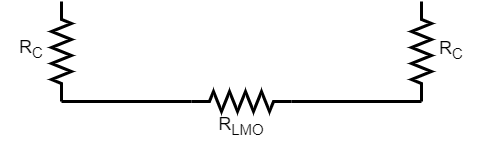
Earlier version of the draw.io export Circuit.drawio.png (ridcil/Code). Source tidied: cells renumbered, new cells last; positions are measured from the earlier drawing's top-left corner, leaving out a move shared by most shapes. Source of this version:
```xml
<mxGraphModel>
  <root>
    <mxCell id="0" />
    <mxCell id="1" parent="0" />
    <mxCell id="2" style="verticalLabelPosition=bottom;shadow=0;dashed=0;align=center;html=1;verticalAlign=top;shape=mxgraph.electrical.resistors.resistor_2;rotation=-90;strokeWidth=3;" parent="1" vertex="1">
      <mxGeometry x="10" y="7" width="100" height="20" as="geometry" />
    </mxCell>
    <mxCell id="3" style="verticalLabelPosition=bottom;shadow=0;dashed=0;align=center;html=1;verticalAlign=top;shape=mxgraph.electrical.resistors.resistor_2;rotation=-90;strokeWidth=3;" parent="1" vertex="1">
      <mxGeometry x="370" y="7" width="100" height="20" as="geometry" />
    </mxCell>
    <mxCell id="4" style="verticalLabelPosition=bottom;shadow=0;dashed=0;align=center;html=1;verticalAlign=top;shape=mxgraph.electrical.resistors.resistor_2;rotation=0;strokeWidth=3;" parent="1" vertex="1">
      <mxGeometry x="190" y="57" width="100" height="20" as="geometry" />
    </mxCell>
    <mxCell id="5" style="endArrow=none;html=1;rounded=0;exitX=1;exitY=0.5;exitDx=0;exitDy=0;exitPerimeter=0;strokeWidth=3;" parent="1" edge="1" source="4">
      <mxGeometry relative="1" as="geometry">
        <mxPoint x="420" y="67" as="targetPoint" />
      </mxGeometry>
    </mxCell>
    <mxCell id="6" style="endArrow=none;html=1;rounded=0;strokeWidth=3;" parent="1" edge="1">
      <mxGeometry relative="1" as="geometry">
        <mxPoint x="60" y="67" as="sourcePoint" />
        <mxPoint x="190" y="67" as="targetPoint" />
      </mxGeometry>
    </mxCell>
    <mxCell id="7" value="&lt;font style=&quot;font-size: 18px;&quot;&gt;R&lt;sub&gt;C&lt;/sub&gt;&lt;/font&gt;" style="text;html=1;strokeColor=none;fillColor=none;align=center;verticalAlign=middle;whiteSpace=wrap;rounded=0;strokeWidth=3;" parent="1" vertex="1">
      <mxGeometry width="60" height="30" as="geometry" />
    </mxCell>
    <mxCell id="8" value="&lt;font style=&quot;font-size: 18px;&quot;&gt;R&lt;sub&gt;C&lt;/sub&gt;&lt;/font&gt;" style="text;html=1;strokeColor=none;fillColor=none;align=center;verticalAlign=middle;whiteSpace=wrap;rounded=0;strokeWidth=3;" parent="1" vertex="1">
      <mxGeometry x="420" y="1" width="60" height="30" as="geometry" />
    </mxCell>
    <mxCell id="9" value="&lt;font style=&quot;font-size: 18px;&quot;&gt;R&lt;sub&gt;LMO&lt;/sub&gt;&lt;/font&gt;" style="text;html=1;strokeColor=none;fillColor=none;align=center;verticalAlign=middle;whiteSpace=wrap;rounded=0;strokeWidth=3;" parent="1" vertex="1">
      <mxGeometry x="210" y="77" width="60" height="30" as="geometry" />
    </mxCell>
  </root>
</mxGraphModel>
```
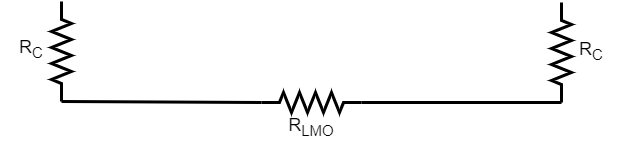
The same file after the commit.

Diff of the diagram source:
```diff
@@ -3,33 +3,32 @@
     <mxCell id="0" />
     <mxCell id="1" parent="0" />
     <mxCell id="2" style="verticalLabelPosition=bottom;shadow=0;dashed=0;align=center;html=1;verticalAlign=top;shape=mxgraph.electrical.resistors.resistor_2;rotation=-90;strokeWidth=3;" parent="1" vertex="1">
-      <mxGeometry x="10" y="7" width="100" height="20" as="geometry" />
+      <mxGeometry x="-50" y="6" width="100" height="20" as="geometry" />
     </mxCell>
     <mxCell id="3" style="verticalLabelPosition=bottom;shadow=0;dashed=0;align=center;html=1;verticalAlign=top;shape=mxgraph.electrical.resistors.resistor_2;rotation=-90;strokeWidth=3;" parent="1" vertex="1">
-      <mxGeometry x="370" y="7" width="100" height="20" as="geometry" />
+      <mxGeometry x="450" y="7" width="100" height="20" as="geometry" />
     </mxCell>
     <mxCell id="4" style="verticalLabelPosition=bottom;shadow=0;dashed=0;align=center;html=1;verticalAlign=top;shape=mxgraph.electrical.resistors.resistor_2;rotation=0;strokeWidth=3;" parent="1" vertex="1">
-      <mxGeometry x="190" y="57" width="100" height="20" as="geometry" />
+      <mxGeometry x="200" y="57" width="100" height="20" as="geometry" />
     </mxCell>
-    <mxCell id="5" style="endArrow=none;html=1;rounded=0;exitX=1;exitY=0.5;exitDx=0;exitDy=0;exitPerimeter=0;strokeWidth=3;" parent="1" edge="1" source="4">
-      <mxGeometry relative="1" as="geometry">
-        <mxPoint x="420" y="67" as="targetPoint" />
-      </mxGeometry>
-    </mxCell>
-    <mxCell id="6" style="endArrow=none;html=1;rounded=0;strokeWidth=3;" parent="1" edge="1">
-      <mxGeometry relative="1" as="geometry">
-        <mxPoint x="60" y="67" as="sourcePoint" />
-        <mxPoint x="190" y="67" as="targetPoint" />
-      </mxGeometry>
-    </mxCell>
     <mxCell id="7" value="&lt;font style=&quot;font-size: 18px;&quot;&gt;R&lt;sub&gt;C&lt;/sub&gt;&lt;/font&gt;" style="text;html=1;strokeColor=none;fillColor=none;align=center;verticalAlign=middle;whiteSpace=wrap;rounded=0;strokeWidth=3;" parent="1" vertex="1">
-      <mxGeometry width="60" height="30" as="geometry" />
+      <mxGeometry x="-60" y="-1" width="60" height="30" as="geometry" />
     </mxCell>
     <mxCell id="8" value="&lt;font style=&quot;font-size: 18px;&quot;&gt;R&lt;sub&gt;C&lt;/sub&gt;&lt;/font&gt;" style="text;html=1;strokeColor=none;fillColor=none;align=center;verticalAlign=middle;whiteSpace=wrap;rounded=0;strokeWidth=3;" parent="1" vertex="1">
-      <mxGeometry x="420" y="1" width="60" height="30" as="geometry" />
+      <mxGeometry x="500" y="1" width="60" height="30" as="geometry" />
     </mxCell>
     <mxCell id="9" value="&lt;font style=&quot;font-size: 18px;&quot;&gt;R&lt;sub&gt;LMO&lt;/sub&gt;&lt;/font&gt;" style="text;html=1;strokeColor=none;fillColor=none;align=center;verticalAlign=middle;whiteSpace=wrap;rounded=0;strokeWidth=3;" parent="1" vertex="1">
-      <mxGeometry x="210" y="77" width="60" height="30" as="geometry" />
+      <mxGeometry x="220" y="77" width="60" height="30" as="geometry" />
     </mxCell>
+    <mxCell id="10" style="endArrow=none;html=1;rounded=0;strokeWidth=3;fontSize=18;entryX=0;entryY=0.5;entryDx=0;entryDy=0;entryPerimeter=0;" parent="1" edge="1" target="3">
+      <mxGeometry relative="1" as="geometry">
+        <mxPoint x="300" y="67" as="sourcePoint" />
+      </mxGeometry>
+    </mxCell>
+    <mxCell id="11" style="endArrow=none;html=1;rounded=0;strokeWidth=3;fontSize=18;entryX=0;entryY=0.5;entryDx=0;entryDy=0;entryPerimeter=0;" parent="1" edge="1" target="2">
+      <mxGeometry relative="1" as="geometry">
+        <mxPoint x="200" y="67" as="sourcePoint" />
+      </mxGeometry>
+    </mxCell>
   </root>
 </mxGraphModel>
```
